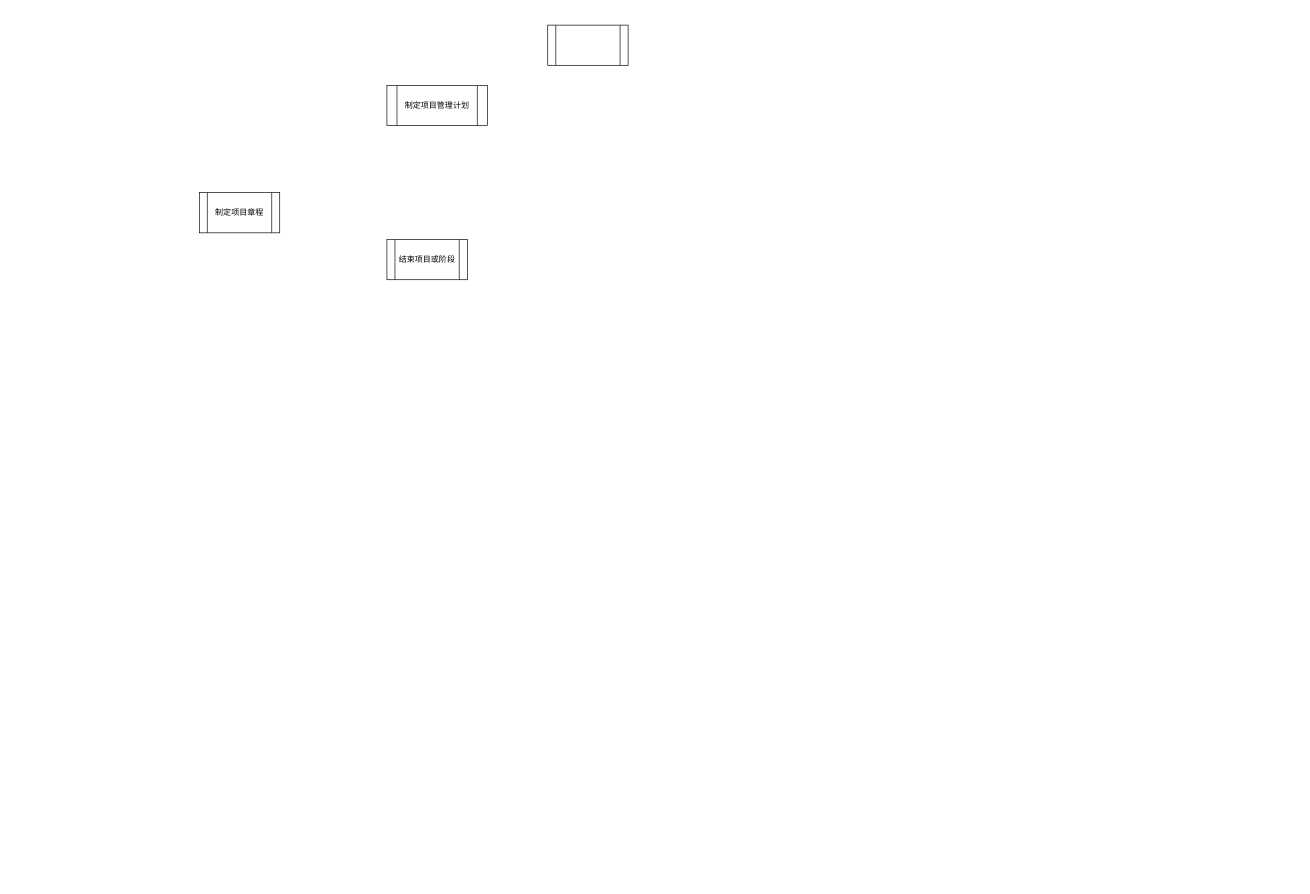
Earlier version of the draw.io diagram Untitled Diagram.drawio (zoozooll/PMP-mind). Source tidied: cells renumbered, new cells numbered last; positions are measured from the earlier drawing's top-left corner, leaving out a move shared by most shapes. Both pictures are drawn from the tidied source at 67%, with x=0, y=0 at pixel (199, 25).
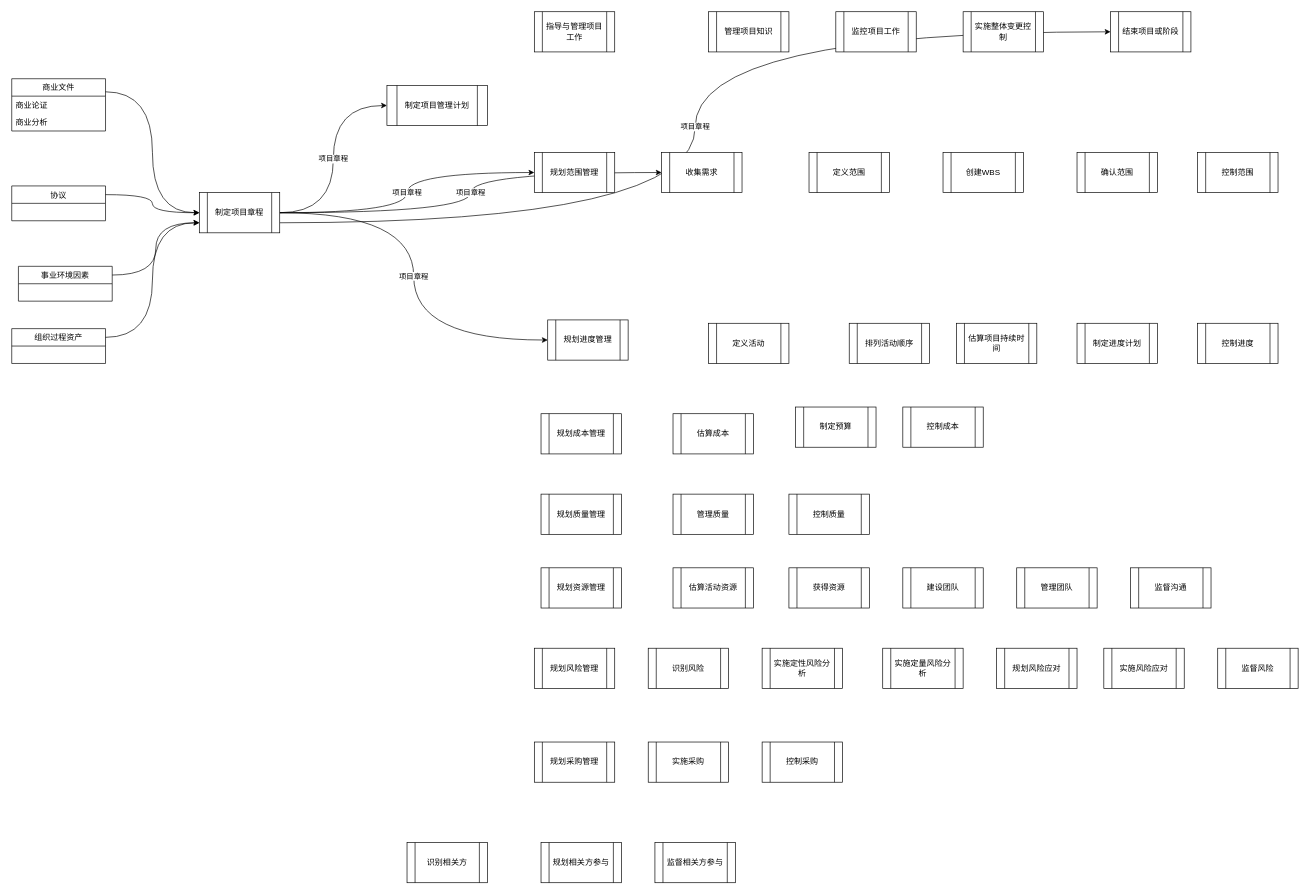
Above is the later version.

The change refers to these unchanged cells:
```xml
<mxCell id="2" value="制定项目章程" style="shape=process;whiteSpace=wrap;html=1;backgroundOutline=1;" parent="1" vertex="1">
  <mxGeometry y="250" width="120" height="60" as="geometry" />
</mxCell>
<mxCell id="3" value="制定项目管理计划" style="shape=process;whiteSpace=wrap;html=1;backgroundOutline=1;" parent="1" vertex="1">
  <mxGeometry x="280" y="90" width="150" height="60" as="geometry" />
</mxCell>
```

The edit, as a diff of the source:
```diff
@@
+    <mxCell id="6" value="项目章程" style="edgeStyle=orthogonalEdgeStyle;curved=1;rounded=0;jettySize=auto;html=1;exitX=1;exitY=0.5;exitDx=0;exitDy=0;entryX=0;entryY=0.5;entryDx=0;entryDy=0;" parent="1" edge="1" source="2" target="3">
+      <mxGeometry relative="1" as="geometry" />
+    </mxCell>
+    <mxCell id="7" value="项目章程" style="edgeStyle=orthogonalEdgeStyle;curved=1;rounded=0;jettySize=auto;html=1;exitX=1;exitY=0.75;exitDx=0;exitDy=0;entryX=0;entryY=0.5;entryDx=0;entryDy=0;" parent="1" edge="1" source="2" target="4">
+      <mxGeometry relative="1" as="geometry" />
+    </mxCell>
+    <mxCell id="8" value="项目章程" style="edgeStyle=orthogonalEdgeStyle;curved=1;rounded=0;jettySize=auto;html=1;" parent="1" edge="1" source="2" target="5">
+      <mxGeometry relative="1" as="geometry" />
+    </mxCell>
+    <mxCell id="9" value="项目章程" style="edgeStyle=orthogonalEdgeStyle;curved=1;rounded=0;jettySize=auto;html=1;entryX=0;entryY=0.5;entryDx=0;entryDy=0;" parent="1" edge="1" source="2" target="14">
+      <mxGeometry relative="1" as="geometry" />
+    </mxCell>
+    <mxCell id="10" value="项目章程" style="edgeStyle=orthogonalEdgeStyle;curved=1;rounded=0;jettySize=auto;html=1;" parent="1" edge="1" source="2" target="11">
+      <mxGeometry relative="1" as="geometry" />
+    </mxCell>
@@
+    <mxCell id="5" value="规划范围管理" style="shape=process;whiteSpace=wrap;html=1;backgroundOutline=1;" parent="1" vertex="1">
+      <mxGeometry x="500" y="190" width="120" height="60" as="geometry" />
+    </mxCell>
+    <mxCell id="11" value="收集需求" style="shape=process;whiteSpace=wrap;html=1;backgroundOutline=1;" parent="1" vertex="1">
+      <mxGeometry x="690" y="190" width="120" height="60" as="geometry" />
+    </mxCell>
+    <mxCell id="12" value="定义范围" style="shape=process;whiteSpace=wrap;html=1;backgroundOutline=1;" parent="1" vertex="1">
+      <mxGeometry x="910" y="190" width="120" height="60" as="geometry" />
+    </mxCell>
+    <mxCell id="13" value="创建WBS" style="shape=process;whiteSpace=wrap;html=1;backgroundOutline=1;" parent="1" vertex="1">
+      <mxGeometry x="1110" y="190" width="120" height="60" as="geometry" />
+    </mxCell>
+    <mxCell id="14" value="规划进度管理" style="shape=process;whiteSpace=wrap;html=1;backgroundOutline=1;" parent="1" vertex="1">
+      <mxGeometry x="520" y="440" width="120" height="60" as="geometry" />
+    </mxCell>
+    <mxCell id="15" value="定义活动" style="shape=process;whiteSpace=wrap;html=1;backgroundOutline=1;" parent="1" vertex="1">
+      <mxGeometry x="760" y="445" width="120" height="60" as="geometry" />
+    </mxCell>
+    <mxCell id="16" value="排列活动顺序" style="shape=process;whiteSpace=wrap;html=1;backgroundOutline=1;" parent="1" vertex="1">
+      <mxGeometry x="970" y="445" width="120" height="60" as="geometry" />
+    </mxCell>
+    <mxCell id="17" value="指导与管理项目工作" style="shape=process;whiteSpace=wrap;html=1;backgroundOutline=1;" parent="1" vertex="1">
+      <mxGeometry x="500" y="-20" width="120" height="60" as="geometry" />
+    </mxCell>
+    <mxCell id="18" value="管理项目知识" style="shape=process;whiteSpace=wrap;html=1;backgroundOutline=1;" parent="1" vertex="1">
+      <mxGeometry x="760" y="-20" width="120" height="60" as="geometry" />
+    </mxCell>
+    <mxCell id="19" value="监控项目工作" style="shape=process;whiteSpace=wrap;html=1;backgroundOutline=1;" parent="1" vertex="1">
+      <mxGeometry x="950" y="-20" width="120" height="60" as="geometry" />
+    </mxCell>
+    <mxCell id="20" value="实施整体变更控制" style="shape=process;whiteSpace=wrap;html=1;backgroundOutline=1;" parent="1" vertex="1">
+      <mxGeometry x="1140" y="-20" width="120" height="60" as="geometry" />
+    </mxCell>
     <mxCell id="4" value="结束项目或阶段" style="shape=process;whiteSpace=wrap;html=1;backgroundOutline=1;" parent="1" vertex="1">
-      <mxGeometry x="280" y="320" width="120" height="60" as="geometry" />
+      <mxGeometry x="1360" y="-20" width="120" height="60" as="geometry" />
     </mxCell>
-    <mxCell id="5" style="shape=process;whiteSpace=wrap;html=1;backgroundOutline=1;" parent="1" vertex="1">
-      <mxGeometry x="520" width="120" height="60" as="geometry" />
-    </mxCell>
+    <mxCell id="21" value="确认范围" style="shape=process;whiteSpace=wrap;html=1;backgroundOutline=1;" parent="1" vertex="1">
+      <mxGeometry x="1310" y="190" width="120" height="60" as="geometry" />
+    </mxCell>
+    <mxCell id="22" value="控制范围" style="shape=process;whiteSpace=wrap;html=1;backgroundOutline=1;" parent="1" vertex="1">
+      <mxGeometry x="1490" y="190" width="120" height="60" as="geometry" />
+    </mxCell>
+    <mxCell id="23" value="估算项目持续时间" style="shape=process;whiteSpace=wrap;html=1;backgroundOutline=1;" parent="1" vertex="1">
+      <mxGeometry x="1130" y="445" width="120" height="60" as="geometry" />
+    </mxCell>
+    <mxCell id="24" value="制定进度计划" style="shape=process;whiteSpace=wrap;html=1;backgroundOutline=1;" parent="1" vertex="1">
+      <mxGeometry x="1310" y="445" width="120" height="60" as="geometry" />
+    </mxCell>
+    <mxCell id="25" value="控制进度" style="shape=process;whiteSpace=wrap;html=1;backgroundOutline=1;" parent="1" vertex="1">
+      <mxGeometry x="1490" y="445" width="120" height="60" as="geometry" />
+    </mxCell>
+    <mxCell id="26" value="规划成本管理" style="shape=process;whiteSpace=wrap;html=1;backgroundOutline=1;" parent="1" vertex="1">
+      <mxGeometry x="510" y="580" width="120" height="60" as="geometry" />
+    </mxCell>
+    <mxCell id="27" value="估算成本" style="shape=process;whiteSpace=wrap;html=1;backgroundOutline=1;" parent="1" vertex="1">
+      <mxGeometry x="707" y="580" width="120" height="60" as="geometry" />
+    </mxCell>
+    <mxCell id="28" value="制定预算" style="shape=process;whiteSpace=wrap;html=1;backgroundOutline=1;" parent="1" vertex="1">
+      <mxGeometry x="890" y="570" width="120" height="60" as="geometry" />
+    </mxCell>
+    <mxCell id="29" value="控制成本" style="shape=process;whiteSpace=wrap;html=1;backgroundOutline=1;" parent="1" vertex="1">
+      <mxGeometry x="1050" y="570" width="120" height="60" as="geometry" />
+    </mxCell>
+    <mxCell id="30" value="规划质量管理" style="shape=process;whiteSpace=wrap;html=1;backgroundOutline=1;" parent="1" vertex="1">
+      <mxGeometry x="510" y="700" width="120" height="60" as="geometry" />
+    </mxCell>
+    <mxCell id="31" value="管理质量" style="shape=process;whiteSpace=wrap;html=1;backgroundOutline=1;" parent="1" vertex="1">
+      <mxGeometry x="707" y="700" width="120" height="60" as="geometry" />
+    </mxCell>
+    <mxCell id="32" value="控制质量" style="shape=process;whiteSpace=wrap;html=1;backgroundOutline=1;" parent="1" vertex="1">
+      <mxGeometry x="880" y="700" width="120" height="60" as="geometry" />
+    </mxCell>
+    <mxCell id="33" value="规划资源管理" style="shape=process;whiteSpace=wrap;html=1;backgroundOutline=1;" parent="1" vertex="1">
+      <mxGeometry x="510" y="810" width="120" height="60" as="geometry" />
+    </mxCell>
+    <mxCell id="34" value="估算活动资源" style="shape=process;whiteSpace=wrap;html=1;backgroundOutline=1;" parent="1" vertex="1">
+      <mxGeometry x="707" y="810" width="120" height="60" as="geometry" />
+    </mxCell>
+    <mxCell id="35" value="获得资源" style="shape=process;whiteSpace=wrap;html=1;backgroundOutline=1;" parent="1" vertex="1">
+      <mxGeometry x="880" y="810" width="120" height="60" as="geometry" />
+    </mxCell>
+    <mxCell id="36" value="建设团队" style="shape=process;whiteSpace=wrap;html=1;backgroundOutline=1;" parent="1" vertex="1">
+      <mxGeometry x="1050" y="810" width="120" height="60" as="geometry" />
+    </mxCell>
+    <mxCell id="37" value="管理团队" style="shape=process;whiteSpace=wrap;html=1;backgroundOutline=1;" parent="1" vertex="1">
+      <mxGeometry x="1220" y="810" width="120" height="60" as="geometry" />
+    </mxCell>
+    <mxCell id="38" value="监督沟通" style="shape=process;whiteSpace=wrap;html=1;backgroundOutline=1;" parent="1" vertex="1">
+      <mxGeometry x="1390" y="810" width="120" height="60" as="geometry" />
+    </mxCell>
+    <mxCell id="39" value="规划风险管理" style="shape=process;whiteSpace=wrap;html=1;backgroundOutline=1;" parent="1" vertex="1">
+      <mxGeometry x="500" y="930" width="120" height="60" as="geometry" />
+    </mxCell>
+    <mxCell id="40" value="识别风险" style="shape=process;whiteSpace=wrap;html=1;backgroundOutline=1;" parent="1" vertex="1">
+      <mxGeometry x="670" y="930" width="120" height="60" as="geometry" />
+    </mxCell>
+    <mxCell id="41" value="实施定性风险分析" style="shape=process;whiteSpace=wrap;html=1;backgroundOutline=1;" parent="1" vertex="1">
+      <mxGeometry x="840" y="930" width="120" height="60" as="geometry" />
+    </mxCell>
+    <mxCell id="42" value="实施定量风险分析" style="shape=process;whiteSpace=wrap;html=1;backgroundOutline=1;" parent="1" vertex="1">
+      <mxGeometry x="1020" y="930" width="120" height="60" as="geometry" />
+    </mxCell>
+    <mxCell id="43" value="规划风险应对" style="shape=process;whiteSpace=wrap;html=1;backgroundOutline=1;" parent="1" vertex="1">
+      <mxGeometry x="1190" y="930" width="120" height="60" as="geometry" />
+    </mxCell>
+    <mxCell id="44" value="实施风险应对" style="shape=process;whiteSpace=wrap;html=1;backgroundOutline=1;" parent="1" vertex="1">
+      <mxGeometry x="1350" y="930" width="120" height="60" as="geometry" />
+    </mxCell>
+    <mxCell id="45" value="监督风险" style="shape=process;whiteSpace=wrap;html=1;backgroundOutline=1;" parent="1" vertex="1">
+      <mxGeometry x="1520" y="930" width="120" height="60" as="geometry" />
+    </mxCell>
+    <mxCell id="46" value="规划采购管理" style="shape=process;whiteSpace=wrap;html=1;backgroundOutline=1;" parent="1" vertex="1">
+      <mxGeometry x="500" y="1070" width="120" height="60" as="geometry" />
+    </mxCell>
+    <mxCell id="47" value="实施采购" style="shape=process;whiteSpace=wrap;html=1;backgroundOutline=1;" parent="1" vertex="1">
+      <mxGeometry x="670" y="1070" width="120" height="60" as="geometry" />
+    </mxCell>
+    <mxCell id="48" value="控制采购" style="shape=process;whiteSpace=wrap;html=1;backgroundOutline=1;" parent="1" vertex="1">
+      <mxGeometry x="840" y="1070" width="120" height="60" as="geometry" />
+    </mxCell>
+    <mxCell id="49" value="识别相关方" style="shape=process;whiteSpace=wrap;html=1;backgroundOutline=1;" parent="1" vertex="1">
+      <mxGeometry x="310" y="1220" width="120" height="60" as="geometry" />
+    </mxCell>
+    <mxCell id="50" value="规划相关方参与" style="shape=process;whiteSpace=wrap;html=1;backgroundOutline=1;" parent="1" vertex="1">
+      <mxGeometry x="510" y="1220" width="120" height="60" as="geometry" />
+    </mxCell>
+    <mxCell id="51" value="监督相关方参与" style="shape=process;whiteSpace=wrap;html=1;backgroundOutline=1;" parent="1" vertex="1">
+      <mxGeometry x="680" y="1220" width="120" height="60" as="geometry" />
+    </mxCell>
+    <mxCell id="52" style="edgeStyle=orthogonalEdgeStyle;rounded=0;jettySize=auto;html=1;exitX=1;exitY=0.25;exitDx=0;exitDy=0;entryX=0;entryY=0.5;entryDx=0;entryDy=0;curved=1;" parent="1" edge="1" source="53" target="2">
+      <mxGeometry relative="1" as="geometry" />
+    </mxCell>
+    <mxCell id="53" value="商业文件" style="swimlane;fontStyle=0;horizontal=1;startSize=26;fillColor=none;" parent="1" vertex="1">
+      <mxGeometry x="-280" y="80" width="140" height="78" as="geometry" />
+    </mxCell>
+    <mxCell id="54" value="商业论证" style="text;strokeColor=none;fillColor=none;align=left;verticalAlign=top;spacingLeft=4;spacingRight=4;overflow=hidden;" parent="53" vertex="1">
+      <mxGeometry y="26" width="140" height="26" as="geometry" />
+    </mxCell>
+    <mxCell id="55" value="商业分析" style="text;strokeColor=none;fillColor=none;align=left;verticalAlign=top;spacingLeft=4;spacingRight=4;overflow=hidden;" parent="53" vertex="1">
+      <mxGeometry y="52" width="140" height="26" as="geometry" />
+    </mxCell>
+    <mxCell id="56" style="edgeStyle=orthogonalEdgeStyle;rounded=0;jettySize=auto;html=1;exitX=1;exitY=0.25;exitDx=0;exitDy=0;entryX=0;entryY=0.5;entryDx=0;entryDy=0;curved=1;" parent="1" edge="1" source="61" target="2">
+      <mxGeometry relative="1" as="geometry" />
+    </mxCell>
+    <mxCell id="57" style="edgeStyle=orthogonalEdgeStyle;rounded=0;jettySize=auto;html=1;exitX=1;exitY=0.25;exitDx=0;exitDy=0;entryX=0;entryY=0.75;entryDx=0;entryDy=0;curved=1;" parent="1" edge="1" source="58" target="2">
+      <mxGeometry relative="1" as="geometry" />
+    </mxCell>
+    <mxCell id="58" value="事业环境因素" style="swimlane;fontStyle=0;horizontal=1;startSize=26;fillColor=none;" parent="1" vertex="1">
+      <mxGeometry x="-270" y="360" width="140" height="52" as="geometry" />
+    </mxCell>
+    <mxCell id="59" style="edgeStyle=orthogonalEdgeStyle;rounded=0;jettySize=auto;html=1;exitX=1;exitY=0.25;exitDx=0;exitDy=0;entryX=0;entryY=0.75;entryDx=0;entryDy=0;curved=1;" parent="1" edge="1" source="60" target="2">
+      <mxGeometry relative="1" as="geometry" />
+    </mxCell>
+    <mxCell id="60" value="组织过程资产" style="swimlane;fontStyle=0;horizontal=1;startSize=26;fillColor=none;" parent="1" vertex="1">
+      <mxGeometry x="-280" y="453" width="140" height="52" as="geometry" />
+    </mxCell>
+    <mxCell id="61" value="协议" style="swimlane;fontStyle=0;horizontal=1;startSize=26;fillColor=none;" parent="1" vertex="1">
+      <mxGeometry x="-280" y="240" width="140" height="52" as="geometry" />
+    </mxCell>
```
